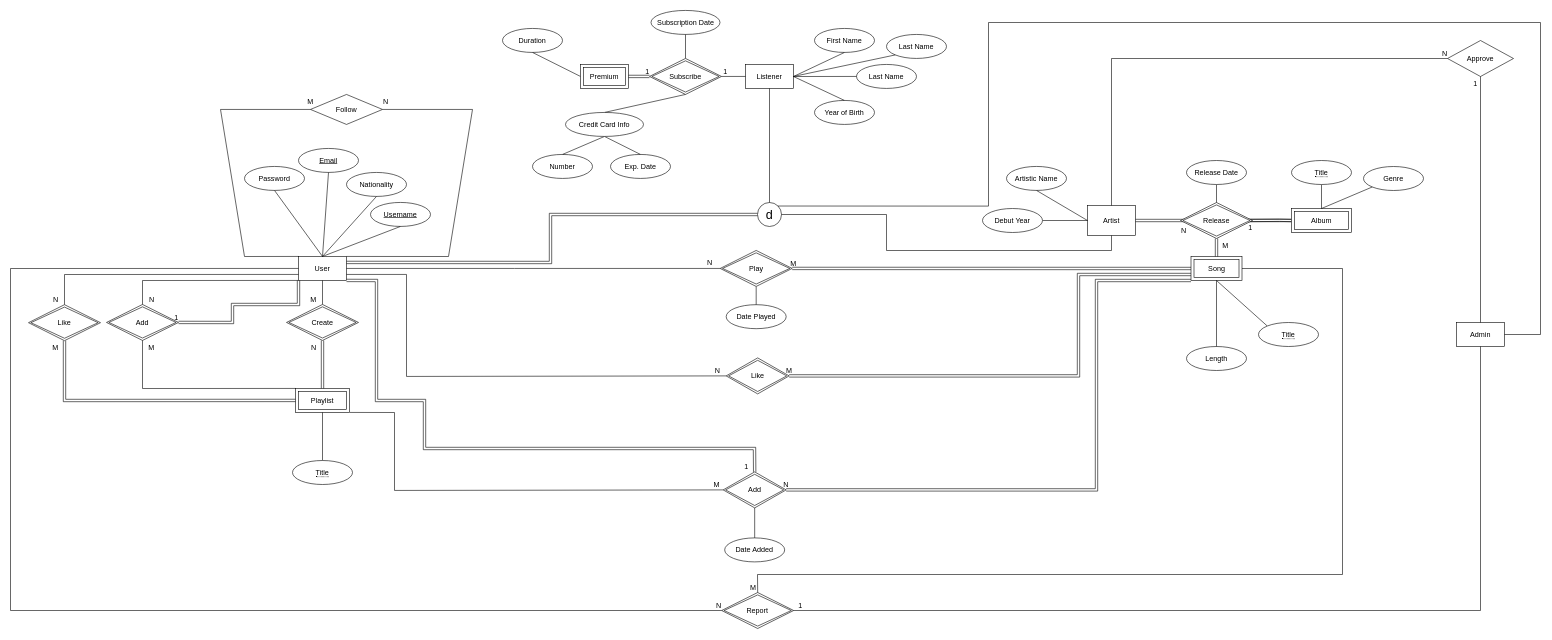
This is ER Diagram.drawio from BehrouzGhamkhar/database-project, a draw.io file, before an edit. Source tidied: cells renumbered, new cells numbered last; positions are measured from the earlier drawing's top-left corner, leaving out a move shared by most shapes. Both pictures are drawn from the tidied source at 60%, with x=0, y=0 at pixel (10, 10).
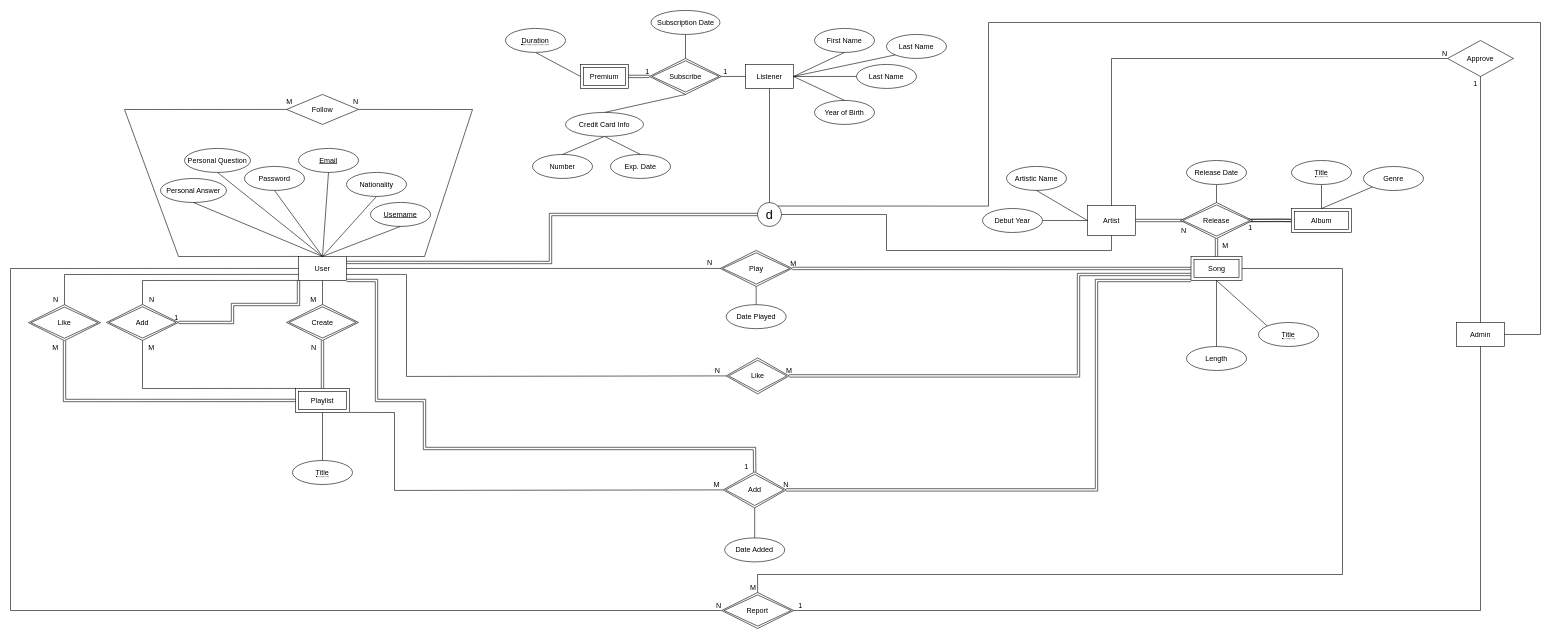
After the change.

Commit message:
Some small changes were applied to the ER diagram

Unchanged cells that the change refers to:
```xml
<mxCell id="4" value="User" style="whiteSpace=wrap;html=1;align=center;" parent="1" vertex="1">
  <mxGeometry x="480" y="409.9" width="80" height="40" as="geometry" />
</mxCell>
```

Change to the diagram source:
```diff
@@
     <mxCell id="8" style="endArrow=none;html=1;rounded=0;entryX=1;entryY=0;entryDx=0;entryDy=0;exitX=1;exitY=0.5;exitDx=0;exitDy=0;" parent="1" edge="1" source="11" target="4">
       <mxGeometry relative="1" as="geometry">
         <Array as="points">
-          <mxPoint x="770" y="164.9" />
-          <mxPoint x="730" y="410" />
+          <mxPoint x="770" y="165" />
+          <mxPoint x="690" y="410" />
         </Array>
       </mxGeometry>
     </mxCell>
@@
     <mxCell id="11" value="Follow" style="shape=rhombus;perimeter=rhombusPerimeter;whiteSpace=wrap;html=1;align=center;" parent="1" vertex="1">
-      <mxGeometry x="500" y="139.9" width="120" height="50" as="geometry" />
+      <mxGeometry x="460" y="139.9" width="120" height="50" as="geometry" />
     </mxCell>
     <mxCell id="12" style="endArrow=none;html=1;rounded=0;entryX=0;entryY=0;entryDx=0;entryDy=0;exitX=0;exitY=0.5;exitDx=0;exitDy=0;" parent="1" edge="1" source="11" target="4">
       <mxGeometry relative="1" as="geometry">
         <Array as="points">
-          <mxPoint x="350" y="164.9" />
-          <mxPoint x="390" y="410" />
+          <mxPoint x="190" y="165" />
+          <mxPoint x="280" y="410" />
         </Array>
       </mxGeometry>
     </mxCell>
     <mxCell id="13" value="M" style="html=1;align=right;verticalAlign=bottom;" parent="12" vertex="1">
       <mxGeometry x="1" relative="1" as="geometry">
-        <mxPoint x="25.4" y="-249.9" as="offset" />
+        <mxPoint x="-10" y="-249.9" as="offset" />
       </mxGeometry>
     </mxCell>
     <mxCell id="14" value="N" style="html=1;align=right;verticalAlign=bottom;" parent="1" vertex="1">
-      <mxGeometry x="640" y="139.9" as="geometry">
+      <mxGeometry x="590" y="139.9" as="geometry">
         <mxPoint x="-10" y="20" as="offset" />
       </mxGeometry>
     </mxCell>
@@
-    <mxCell id="54" value="Duration" style="ellipse;whiteSpace=wrap;html=1;align=center;" parent="1" vertex="1">
-      <mxGeometry x="820" y="29.9" width="100" height="40" as="geometry" />
-    </mxCell>
@@
+    <mxCell id="125" value="Personal Question" style="ellipse;whiteSpace=wrap;html=1;align=center;" parent="1" vertex="1">
+      <mxGeometry x="290" y="229.9" width="110" height="40" as="geometry" />
+    </mxCell>
+    <mxCell id="126" style="endArrow=none;html=1;rounded=0;entryX=0.5;entryY=0;entryDx=0;entryDy=0;exitX=0.5;exitY=1;exitDx=0;exitDy=0;" parent="1" edge="1" source="125" target="4">
+      <mxGeometry relative="1" as="geometry" />
+    </mxCell>
+    <mxCell id="127" value="Personal Answer" style="ellipse;whiteSpace=wrap;html=1;align=center;" parent="1" vertex="1">
+      <mxGeometry x="250" y="280" width="110" height="40" as="geometry" />
+    </mxCell>
+    <mxCell id="128" style="endArrow=none;html=1;rounded=0;entryX=0.5;entryY=0;entryDx=0;entryDy=0;exitX=0.5;exitY=1;exitDx=0;exitDy=0;" parent="1" edge="1" source="127" target="4">
+      <mxGeometry relative="1" as="geometry" />
+    </mxCell>
+    <mxCell id="54" value="&lt;span style=&quot;border-bottom: 1px dotted&quot;&gt;Duration&lt;/span&gt;" style="ellipse;whiteSpace=wrap;html=1;align=center;" parent="1" vertex="1">
+      <mxGeometry x="825" y="29.9" width="100" height="40" as="geometry" />
+    </mxCell>
```
